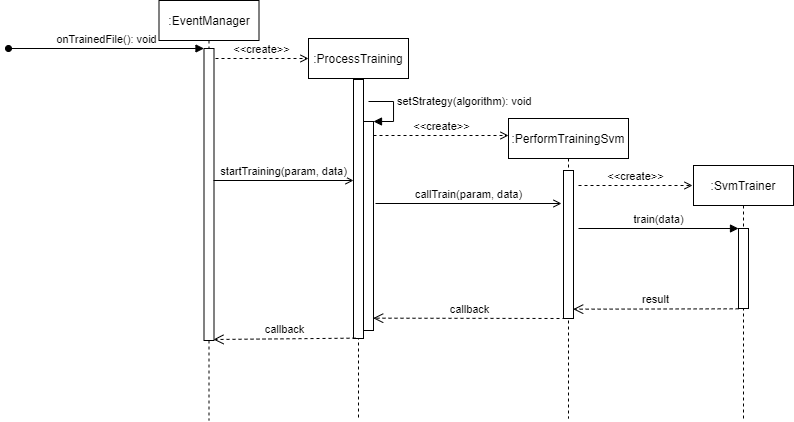
Earlier version of the draw.io export 03-RQ/Esterni/Allegato_tecnico/img/Diagrammi/ds2.png (VRAM-Software/VRAM_SW_DOC_2020). Source tidied: cells renumbered, new cells last; positions are measured from the earlier drawing's top-left corner, leaving out a move shared by most shapes.
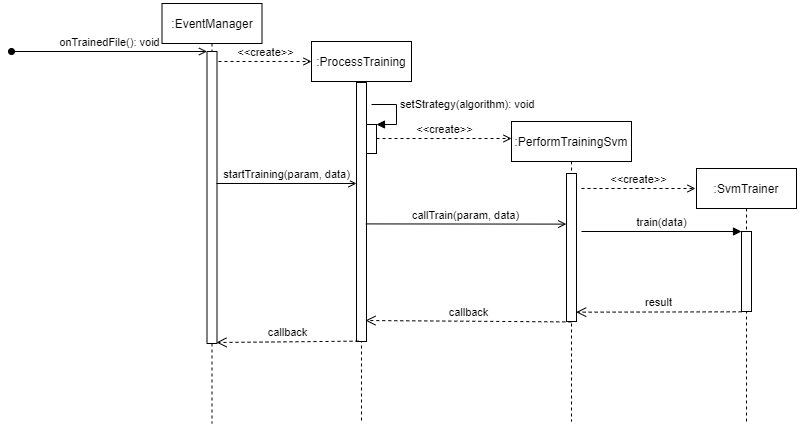
The same diagram one commit later.

What changed in the source:
```diff
@@ -8,7 +8,7 @@
     <mxCell id="3" style="html=1;points=[];perimeter=orthogonalPerimeter;" parent="2" vertex="1">
       <mxGeometry x="45" y="48" width="10" height="292" as="geometry" />
     </mxCell>
-    <mxCell id="4" value="onTrainedFile(): void" style="html=1;verticalAlign=bottom;endArrow=block;entryX=0;entryY=0;startArrow=oval;startFill=1;" parent="1" edge="1" target="3">
+    <mxCell id="4" value="onTrainedFile(): void" style="html=1;verticalAlign=bottom;endArrow=open;entryX=0;entryY=0;startArrow=oval;startFill=1;endFill=0;" parent="1" edge="1" target="3">
       <mxGeometry relative="1" as="geometry">
         <mxPoint y="48" as="sourcePoint" />
       </mxGeometry>
@@ -32,7 +32,7 @@
       </mxGeometry>
     </mxCell>
     <mxCell id="9" style="html=1;points=[];perimeter=orthogonalPerimeter;" parent="1" vertex="1">
-      <mxGeometry x="355" y="121" width="10" height="209" as="geometry" />
+      <mxGeometry x="355" y="121" width="10" height="29" as="geometry" />
     </mxCell>
     <mxCell id="10" value="setStrategy(algorithm): void" style="edgeStyle=orthogonalEdgeStyle;html=1;align=left;spacingLeft=2;endArrow=block;rounded=0;entryX=1;entryY=0;" parent="1" edge="1" target="9">
       <mxGeometry x="-0.23" relative="1" as="geometry">
@@ -54,11 +54,8 @@
         <mxPoint x="500" y="135" as="targetPoint" />
       </mxGeometry>
     </mxCell>
-    <mxCell id="14" value="callTrain(param, data)" style="html=1;verticalAlign=bottom;endArrow=open;endFill=0;" parent="1" edge="1">
-      <mxGeometry relative="1" as="geometry">
-        <mxPoint x="367" y="203" as="sourcePoint" />
-        <mxPoint x="553" y="203" as="targetPoint" />
-      </mxGeometry>
+    <mxCell id="14" value="callTrain(param, data)" style="html=1;verticalAlign=bottom;endArrow=open;endFill=0;exitX=0.935;exitY=0.546;exitDx=0;exitDy=0;exitPerimeter=0;entryX=-0.019;entryY=0.342;entryDx=0;entryDy=0;entryPerimeter=0;" parent="1" edge="1" source="7" target="12">
+      <mxGeometry relative="1" as="geometry" />
     </mxCell>
     <mxCell id="15" value="&amp;lt;&amp;lt;create&amp;gt;&amp;gt;" style="html=1;verticalAlign=bottom;endArrow=open;endFill=0;dashed=1;" parent="1" edge="1">
       <mxGeometry relative="1" as="geometry">
@@ -80,9 +77,9 @@
     <mxCell id="19" value="result" style="html=1;verticalAlign=bottom;endArrow=open;dashed=1;endSize=8;exitX=0.014;exitY=1.004;exitDx=0;exitDy=0;exitPerimeter=0;entryX=0.969;entryY=0.937;entryDx=0;entryDy=0;entryPerimeter=0;" parent="1" edge="1" source="17" target="12">
       <mxGeometry relative="1" as="geometry" />
     </mxCell>
-    <mxCell id="20" value="callback" style="html=1;verticalAlign=bottom;endArrow=open;dashed=1;endSize=8;entryX=0.969;entryY=0.941;entryDx=0;entryDy=0;entryPerimeter=0;" parent="1" edge="1" target="9">
+    <mxCell id="20" value="callback" style="html=1;verticalAlign=bottom;endArrow=open;dashed=1;endSize=8;exitX=0.48;exitY=1.003;exitDx=0;exitDy=0;exitPerimeter=0;" parent="1" edge="1" source="12">
       <mxGeometry relative="1" as="geometry">
-        <mxPoint x="557" y="318" as="sourcePoint" />
+        <mxPoint x="354" y="317" as="targetPoint" />
       </mxGeometry>
     </mxCell>
     <mxCell id="21" value="startTraining(param, data)" style="html=1;verticalAlign=bottom;endArrow=open;endFill=0;" parent="1" edge="1">
```
